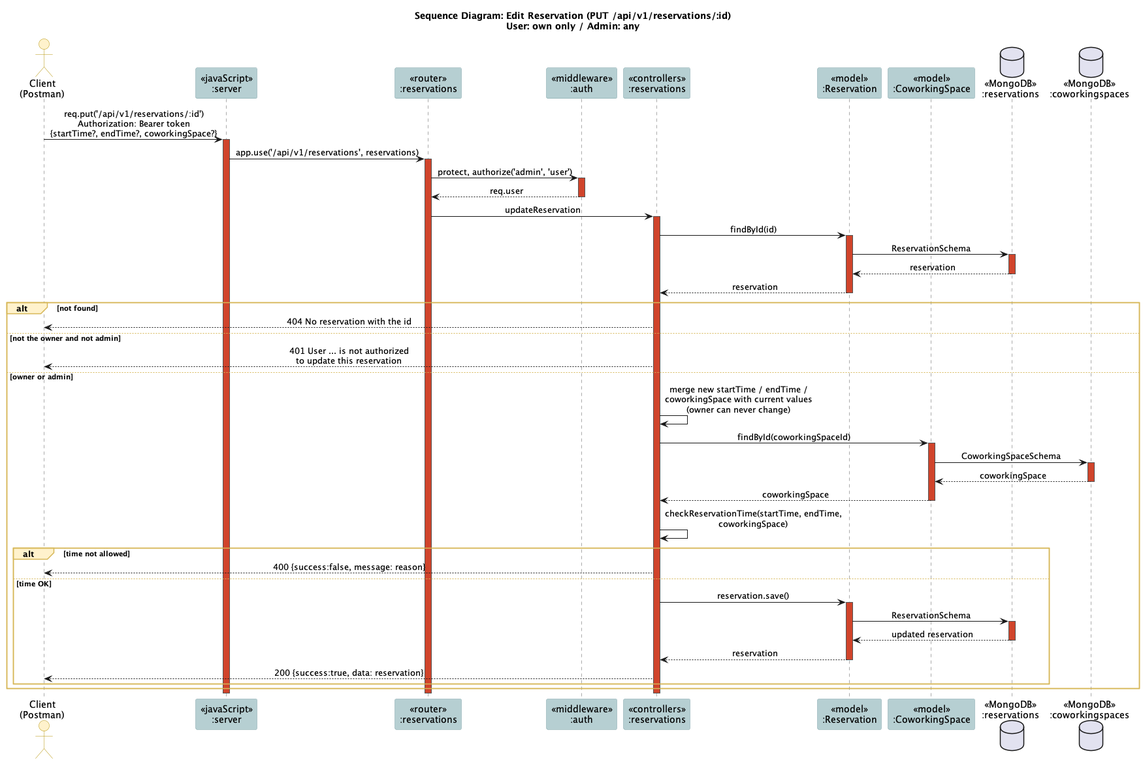
Before: docs/diagrams/png/06-update-reservation.png, a diagram exported from PlantUML (TonBoonchai/Co-working-Space-Reservation). The source it was exported from:
```plantuml
@startuml
!include _style.iuml
title Sequence Diagram: Edit Reservation (PUT /api/v1/reservations/:id)\nUser: own only / Admin: any

actor "Client\n(Postman)" as client
participant "<<javaScript>>\n:server" as server
participant "<<router>>\n:reservations" as router
participant "<<middleware>>\n:auth" as auth
participant "<<controllers>>\n:reservations" as ctrl
participant "<<model>>\n:Reservation" as model
participant "<<model>>\n:CoworkingSpace" as spaceModel
database "<<MongoDB>>\n:reservations" as db
database "<<MongoDB>>\n:coworkingspaces" as spaceDb

client -> server ++ : req.put('/api/v1/reservations/:id')\nAuthorization: Bearer token\n{startTime?, endTime?, coworkingSpace?}
server -> router ++ : app.use('/api/v1/reservations', reservations)
router -> auth ++ : protect, authorize('admin', 'user')
auth --> router -- : req.user
router -> ctrl ++ : updateReservation
ctrl -> model ++ : findById(id)
model -> db ++ : ReservationSchema
db --> model -- : reservation
model --> ctrl -- : reservation
alt not found
  ctrl --> client : 404 No reservation with the id
else not the owner and not admin
  ctrl --> client : 401 User ... is not authorized\nto update this reservation
else owner or admin
  ctrl -> ctrl : merge new startTime / endTime /\ncoworkingSpace with current values\n(owner can never change)
  ctrl -> spaceModel ++ : findById(coworkingSpaceId)
  spaceModel -> spaceDb ++ : CoworkingSpaceSchema
  spaceDb --> spaceModel -- : coworkingSpace
  spaceModel --> ctrl -- : coworkingSpace
  ctrl -> ctrl : checkReservationTime(startTime, endTime, coworkingSpace)
  alt time not allowed
    ctrl --> client : 400 {success:false, message: reason}
  else time OK
    ctrl -> model ++ : reservation.save()
    model -> db ++ : ReservationSchema
    db --> model -- : updated reservation
    model --> ctrl -- : reservation
    ctrl --> client : 200 {success:true, data: reservation}
  end
end
deactivate ctrl
deactivate router
deactivate server
@enduml
```
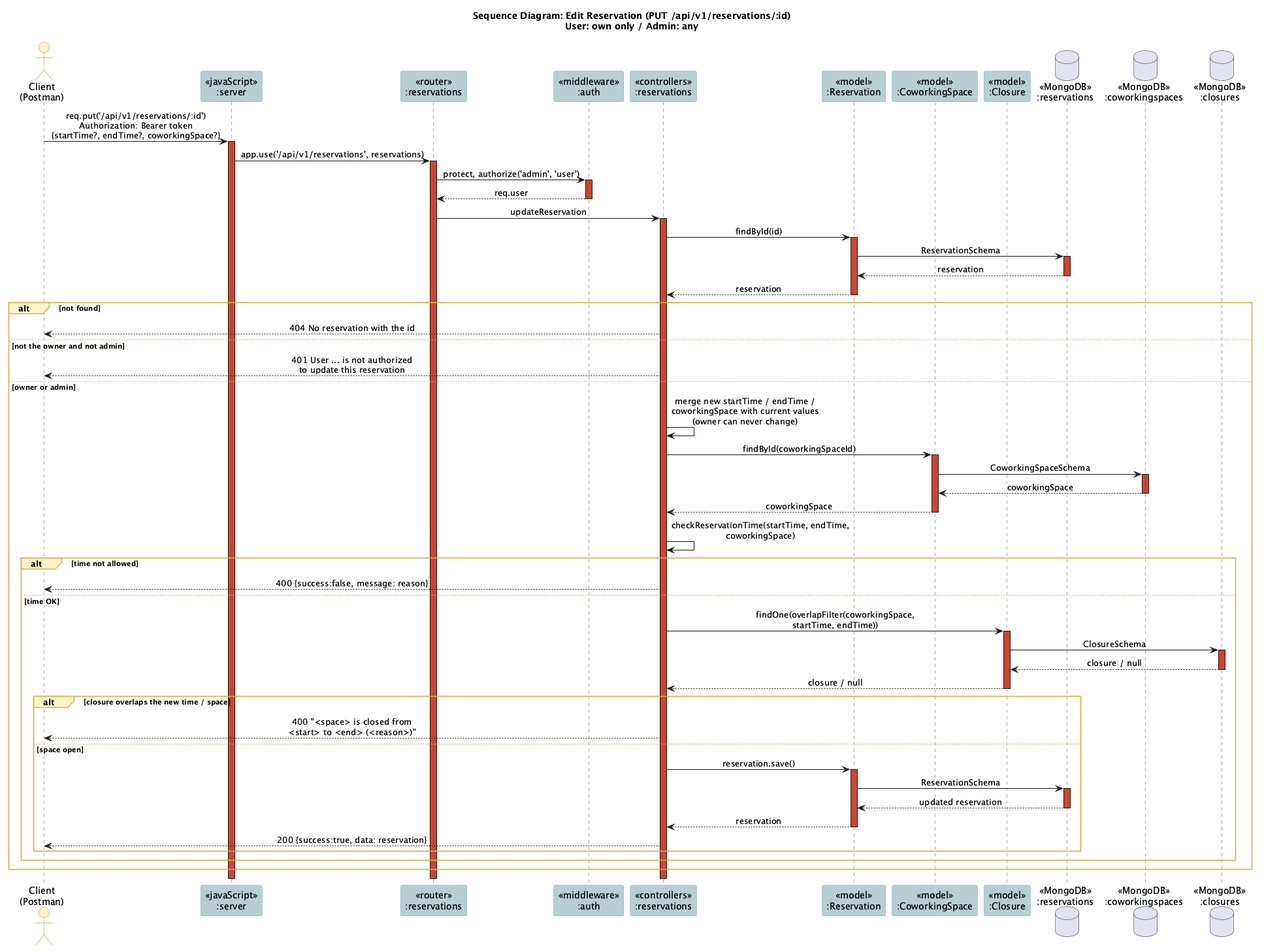
After the commit.

What changed in the source:
```diff
@@ -9,8 +9,10 @@
 participant "<<controllers>>\n:reservations" as ctrl
 participant "<<model>>\n:Reservation" as model
 participant "<<model>>\n:CoworkingSpace" as spaceModel
+participant "<<model>>\n:Closure" as closureModel
 database "<<MongoDB>>\n:reservations" as db
 database "<<MongoDB>>\n:coworkingspaces" as spaceDb
+database "<<MongoDB>>\n:closures" as closureDb
 
 client -> server ++ : req.put('/api/v1/reservations/:id')\nAuthorization: Bearer token\n{startTime?, endTime?, coworkingSpace?}
 server -> router ++ : app.use('/api/v1/reservations', reservations)
@@ -35,11 +37,19 @@
   alt time not allowed
     ctrl --> client : 400 {success:false, message: reason}
   else time OK
-    ctrl -> model ++ : reservation.save()
-    model -> db ++ : ReservationSchema
-    db --> model -- : updated reservation
-    model --> ctrl -- : reservation
-    ctrl --> client : 200 {success:true, data: reservation}
+    ctrl -> closureModel ++ : findOne(overlapFilter(coworkingSpace,\nstartTime, endTime))
+    closureModel -> closureDb ++ : ClosureSchema
+    closureDb --> closureModel -- : closure / null
+    closureModel --> ctrl -- : closure / null
+    alt closure overlaps the new time / space
+      ctrl --> client : 400 "<space> is closed from\n<start> to <end> (<reason>)"
+    else space open
+      ctrl -> model ++ : reservation.save()
+      model -> db ++ : ReservationSchema
+      db --> model -- : updated reservation
+      model --> ctrl -- : reservation
+      ctrl --> client : 200 {success:true, data: reservation}
+    end
   end
 end
 deactivate ctrl
```
